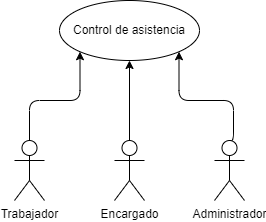
Above: diagramaGeneral/diagramaGeneral.png in ecardosa/LogiRAIL-project (draw.io), before the change. Source tidied: cells renumbered, new cells last; positions are measured from the earlier drawing's top-left corner, leaving out a move shared by most shapes.
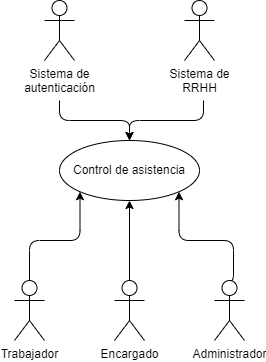
Later version of the same file.

Diff of the diagram source:
```diff
@@ -29,5 +29,25 @@
     <mxCell id="8" value="&lt;font color=&quot;#000000&quot;&gt;Administrador&lt;/font&gt;" style="shape=umlActor;verticalLabelPosition=bottom;verticalAlign=top;html=1;fillColor=none;strokeColor=#000000;fontColor=#FFFFFF;" parent="1" vertex="1">
       <mxGeometry x="200" y="140" width="30" height="60" as="geometry" />
     </mxCell>
+    <mxCell id="9" style="edgeStyle=orthogonalEdgeStyle;html=1;entryX=0.5;entryY=0;entryDx=0;entryDy=0;strokeColor=#000000;fontColor=#000000;" parent="1" edge="1" target="2">
+      <mxGeometry relative="1" as="geometry">
+        <mxPoint x="45" y="-40" as="sourcePoint" />
+      </mxGeometry>
+    </mxCell>
+    <mxCell id="10" value="&lt;font color=&quot;#000000&quot;&gt;Sistema de&lt;br&gt;autenticación&lt;/font&gt;" style="shape=umlActor;verticalLabelPosition=bottom;verticalAlign=top;html=1;fillColor=none;strokeColor=#000000;fontColor=#FFFFFF;" parent="1" vertex="1">
+      <mxGeometry x="30" y="-140" width="30" height="60" as="geometry" />
+    </mxCell>
+    <mxCell id="11" style="edgeStyle=orthogonalEdgeStyle;html=1;entryX=0.5;entryY=0;entryDx=0;entryDy=0;strokeColor=#000000;fontColor=#000000;" parent="1" edge="1" target="2">
+      <mxGeometry relative="1" as="geometry">
+        <mxPoint x="189" y="-40" as="sourcePoint" />
+        <Array as="points">
+          <mxPoint x="189" y="-20" />
+          <mxPoint x="115" y="-20" />
+        </Array>
+      </mxGeometry>
+    </mxCell>
+    <mxCell id="12" value="&lt;font color=&quot;#000000&quot;&gt;Sistema de&lt;br&gt;RRHH&lt;br&gt;&lt;/font&gt;" style="shape=umlActor;verticalLabelPosition=bottom;verticalAlign=top;html=1;fillColor=none;strokeColor=#000000;fontColor=#FFFFFF;" parent="1" vertex="1">
+      <mxGeometry x="170" y="-140" width="30" height="60" as="geometry" />
+    </mxCell>
   </root>
 </mxGraphModel>
```
